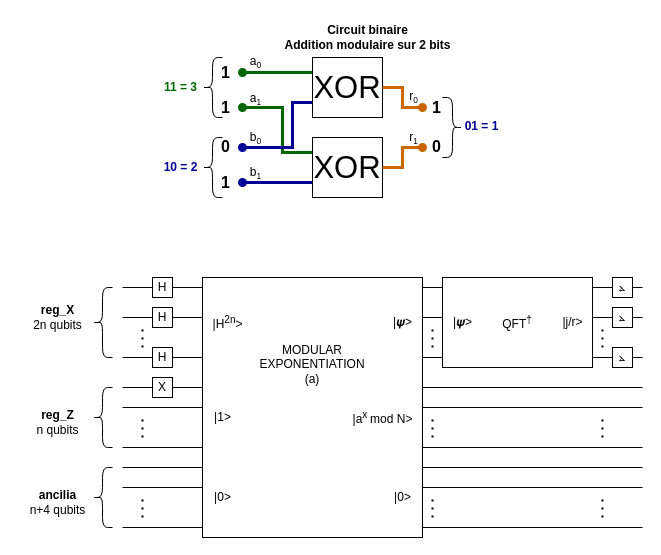
Above: page "Page-1" (1 of 2) of schemas.drawio in JeremieRodon/quantum-playing (draw.io), before the change. Source tidied: cells renumbered, new cells numbered last; positions are measured from the earlier drawing's top-left corner, leaving out a move shared by most shapes. Both pictures are drawn from the tidied source at 100%, with x=0, y=0 at pixel (17, 17).
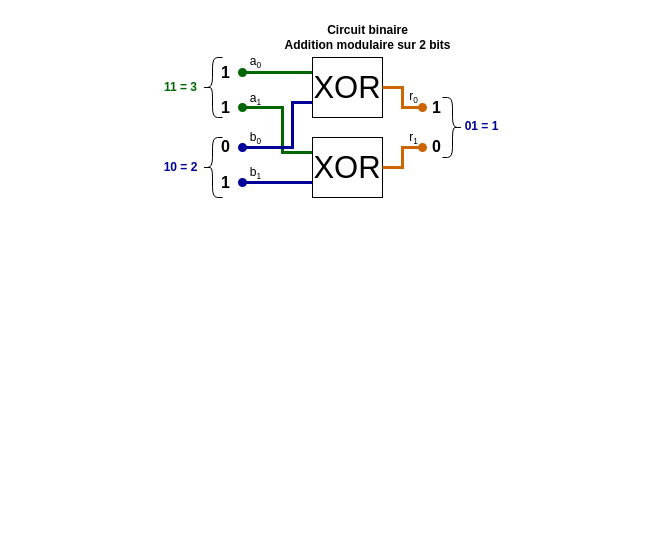
The same page after the edit.

Diff of the diagram source:
```diff
@@
-    <mxCell id="29" style="endArrow=none;html=1;rounded=0;" parent="1" edge="1">
-      <mxGeometry relative="1" as="geometry">
-        <mxPoint x="105" y="270" as="sourcePoint" />
-        <mxPoint x="625" y="270" as="targetPoint" />
-      </mxGeometry>
-    </mxCell>
-    <mxCell id="30" style="endArrow=none;html=1;rounded=0;" parent="1" edge="1">
-      <mxGeometry relative="1" as="geometry">
-        <mxPoint x="105" y="300" as="sourcePoint" />
-        <mxPoint x="625" y="300" as="targetPoint" />
-      </mxGeometry>
-    </mxCell>
-    <mxCell id="31" style="endArrow=none;html=1;rounded=0;" parent="1" edge="1">
-      <mxGeometry relative="1" as="geometry">
-        <mxPoint x="105" y="340" as="sourcePoint" />
-        <mxPoint x="625" y="340" as="targetPoint" />
-      </mxGeometry>
-    </mxCell>
-    <mxCell id="32" style="endArrow=none;dashed=1;html=1;dashPattern=1 3;strokeWidth=2;rounded=0;" parent="1" edge="1">
-      <mxGeometry relative="1" as="geometry">
-        <mxPoint x="125" y="330" as="sourcePoint" />
-        <mxPoint x="125" y="310" as="targetPoint" />
-        <Array as="points">
-          <mxPoint x="125" y="310" />
-        </Array>
-      </mxGeometry>
-    </mxCell>
-    <mxCell id="33" style="shape=curlyBracket;whiteSpace=wrap;html=1;rounded=1;labelPosition=left;verticalLabelPosition=middle;align=right;verticalAlign=middle;" parent="1" vertex="1">
-      <mxGeometry x="75" y="270" width="20" height="70" as="geometry" />
-    </mxCell>
-    <mxCell id="34" value="&lt;b&gt;reg_X&lt;br&gt;&lt;/b&gt;2n qubits" style="text;html=1;align=center;verticalAlign=middle;strokeColor=none;fillColor=none;" parent="1" vertex="1">
-      <mxGeometry x="5" y="280" width="70" height="40" as="geometry" />
-    </mxCell>
-    <mxCell id="35" style="shape=curlyBracket;whiteSpace=wrap;html=1;rounded=1;labelPosition=left;verticalLabelPosition=middle;align=right;verticalAlign=middle;" parent="1" vertex="1">
-      <mxGeometry x="75" y="370" width="20" height="60" as="geometry" />
-    </mxCell>
-    <mxCell id="36" value="&lt;b&gt;reg_Z&lt;/b&gt;&lt;br&gt;n qubits" style="text;html=1;align=center;verticalAlign=middle;strokeColor=none;fillColor=none;" parent="1" vertex="1">
-      <mxGeometry x="5" y="385" width="70" height="40" as="geometry" />
-    </mxCell>
-    <mxCell id="37" style="shape=curlyBracket;whiteSpace=wrap;html=1;rounded=1;labelPosition=left;verticalLabelPosition=middle;align=right;verticalAlign=middle;" parent="1" vertex="1">
-      <mxGeometry x="75" y="450" width="20" height="60" as="geometry" />
-    </mxCell>
-    <mxCell id="38" value="&lt;b style=&quot;border-color: var(--border-color);&quot;&gt;ancilia&lt;/b&gt;&lt;br&gt;n+4 qubits" style="text;html=1;align=center;verticalAlign=middle;strokeColor=none;fillColor=none;" parent="1" vertex="1">
-      <mxGeometry y="465" width="80" height="40" as="geometry" />
-    </mxCell>
-    <mxCell id="39" value="H" style="rounded=0;whiteSpace=wrap;html=1;" parent="1" vertex="1">
-      <mxGeometry x="135" y="330" width="20" height="20" as="geometry" />
-    </mxCell>
-    <mxCell id="40" value="H" style="rounded=0;whiteSpace=wrap;html=1;" parent="1" vertex="1">
-      <mxGeometry x="135" y="290" width="20" height="20" as="geometry" />
-    </mxCell>
-    <mxCell id="41" value="H" style="rounded=0;whiteSpace=wrap;html=1;" parent="1" vertex="1">
-      <mxGeometry x="135" y="260" width="20" height="20" as="geometry" />
-    </mxCell>
-    <mxCell id="42" style="endArrow=none;html=1;rounded=0;" parent="1" edge="1">
-      <mxGeometry relative="1" as="geometry">
-        <mxPoint x="105" y="370" as="sourcePoint" />
-        <mxPoint x="625" y="370" as="targetPoint" />
-      </mxGeometry>
-    </mxCell>
-    <mxCell id="43" style="endArrow=none;html=1;rounded=0;" parent="1" edge="1">
-      <mxGeometry relative="1" as="geometry">
-        <mxPoint x="105" y="390" as="sourcePoint" />
-        <mxPoint x="625" y="390" as="targetPoint" />
-      </mxGeometry>
-    </mxCell>
-    <mxCell id="44" style="endArrow=none;html=1;rounded=0;" parent="1" edge="1">
-      <mxGeometry relative="1" as="geometry">
-        <mxPoint x="105" y="430" as="sourcePoint" />
-        <mxPoint x="625" y="430" as="targetPoint" />
-      </mxGeometry>
-    </mxCell>
-    <mxCell id="45" style="endArrow=none;dashed=1;html=1;dashPattern=1 3;strokeWidth=2;rounded=0;" parent="1" edge="1">
-      <mxGeometry relative="1" as="geometry">
-        <mxPoint x="125" y="420" as="sourcePoint" />
-        <mxPoint x="125" y="400" as="targetPoint" />
-      </mxGeometry>
-    </mxCell>
-    <mxCell id="46" value="X" style="rounded=0;whiteSpace=wrap;html=1;" parent="1" vertex="1">
-      <mxGeometry x="135" y="360" width="20" height="20" as="geometry" />
-    </mxCell>
-    <mxCell id="47" style="endArrow=none;html=1;rounded=0;" parent="1" edge="1">
-      <mxGeometry relative="1" as="geometry">
-        <mxPoint x="105" y="450" as="sourcePoint" />
-        <mxPoint x="625" y="450" as="targetPoint" />
-      </mxGeometry>
-    </mxCell>
-    <mxCell id="48" style="endArrow=none;html=1;rounded=0;" parent="1" edge="1">
-      <mxGeometry relative="1" as="geometry">
-        <mxPoint x="105" y="470" as="sourcePoint" />
-        <mxPoint x="625" y="470" as="targetPoint" />
-      </mxGeometry>
-    </mxCell>
-    <mxCell id="49" style="endArrow=none;html=1;rounded=0;" parent="1" edge="1">
-      <mxGeometry relative="1" as="geometry">
-        <mxPoint x="105" y="510" as="sourcePoint" />
-        <mxPoint x="625" y="510" as="targetPoint" />
-      </mxGeometry>
-    </mxCell>
-    <mxCell id="50" style="endArrow=none;dashed=1;html=1;dashPattern=1 3;strokeWidth=2;rounded=0;" parent="1" edge="1">
-      <mxGeometry relative="1" as="geometry">
-        <mxPoint x="125" y="500" as="sourcePoint" />
-        <mxPoint x="125" y="480" as="targetPoint" />
-      </mxGeometry>
-    </mxCell>
-    <mxCell id="51" value="MODULAR&lt;br&gt;EXPONENTIATION&lt;br&gt;(a)&lt;br&gt;&lt;br&gt;&lt;br&gt;&lt;br&gt;&lt;br&gt;&lt;br&gt;&lt;br&gt;" style="rounded=0;whiteSpace=wrap;html=1;" parent="1" vertex="1">
-      <mxGeometry x="185" y="260" width="220" height="260" as="geometry" />
-    </mxCell>
-    <mxCell id="52" value="QFT&lt;sup&gt;†&lt;/sup&gt;&lt;span id=&quot;docs-internal-guid-66bec11a-7fff-207b-f78b-7643b8b706ee&quot;&gt;&lt;/span&gt;" style="rounded=0;whiteSpace=wrap;html=1;" parent="1" vertex="1">
-      <mxGeometry x="425" y="260" width="150" height="90" as="geometry" />
-    </mxCell>
-    <mxCell id="53" value="&lt;span id=&quot;docs-internal-guid-df8efc74-7fff-1b15-d392-07bf68c7a7da&quot;&gt;&lt;/span&gt;⦛" style="rounded=0;whiteSpace=wrap;html=1;" parent="1" vertex="1">
-      <mxGeometry x="595" y="260" width="20" height="20" as="geometry" />
-    </mxCell>
-    <mxCell id="54" value="&lt;span id=&quot;docs-internal-guid-df8efc74-7fff-1b15-d392-07bf68c7a7da&quot;&gt;&lt;/span&gt;⦛" style="rounded=0;whiteSpace=wrap;html=1;" parent="1" vertex="1">
-      <mxGeometry x="595" y="290" width="20" height="20" as="geometry" />
-    </mxCell>
-    <mxCell id="55" value="&lt;span id=&quot;docs-internal-guid-df8efc74-7fff-1b15-d392-07bf68c7a7da&quot;&gt;&lt;/span&gt;⦛" style="rounded=0;whiteSpace=wrap;html=1;" parent="1" vertex="1">
-      <mxGeometry x="595" y="330" width="20" height="20" as="geometry" />
-    </mxCell>
-    <mxCell id="56" value="|0&amp;gt;" style="text;html=1;align=center;verticalAlign=middle;strokeColor=none;fillColor=none;" parent="1" vertex="1">
-      <mxGeometry x="185" y="465" width="40" height="30" as="geometry" />
-    </mxCell>
-    <mxCell id="57" value="|0&amp;gt;" style="text;html=1;align=center;verticalAlign=middle;strokeColor=none;fillColor=none;" parent="1" vertex="1">
-      <mxGeometry x="365" y="465" width="40" height="30" as="geometry" />
-    </mxCell>
-    <mxCell id="58" value="|1&amp;gt;" style="text;html=1;align=center;verticalAlign=middle;strokeColor=none;fillColor=none;" parent="1" vertex="1">
-      <mxGeometry x="185" y="385" width="40" height="30" as="geometry" />
-    </mxCell>
-    <mxCell id="59" value="|a&lt;sup&gt;x &lt;/sup&gt;mod N&amp;gt;" style="text;html=1;align=center;verticalAlign=middle;strokeColor=none;fillColor=none;" parent="1" vertex="1">
-      <mxGeometry x="325" y="385" width="80" height="30" as="geometry" />
-    </mxCell>
-    <mxCell id="60" value="|H&lt;sup&gt;2n&lt;/sup&gt;&amp;gt;" style="text;html=1;align=center;verticalAlign=middle;strokeColor=none;fillColor=none;" parent="1" vertex="1">
-      <mxGeometry x="185" y="290" width="50" height="30" as="geometry" />
-    </mxCell>
-    <mxCell id="61" value="|𝝍&amp;gt;" style="text;html=1;align=center;verticalAlign=middle;strokeColor=none;fillColor=none;" parent="1" vertex="1">
-      <mxGeometry x="365" y="290" width="40" height="30" as="geometry" />
-    </mxCell>
-    <mxCell id="62" value="|𝝍&amp;gt;" style="text;html=1;align=center;verticalAlign=middle;strokeColor=none;fillColor=none;" parent="1" vertex="1">
-      <mxGeometry x="425" y="290" width="40" height="30" as="geometry" />
-    </mxCell>
-    <mxCell id="63" value="|j/r&amp;gt;" style="text;html=1;align=center;verticalAlign=middle;strokeColor=none;fillColor=none;" parent="1" vertex="1">
-      <mxGeometry x="535" y="290" width="40" height="30" as="geometry" />
-    </mxCell>
-    <mxCell id="64" style="endArrow=none;dashed=1;html=1;dashPattern=1 3;strokeWidth=2;rounded=0;" parent="1" edge="1">
-      <mxGeometry relative="1" as="geometry">
-        <mxPoint x="415" y="330" as="sourcePoint" />
-        <mxPoint x="415" y="310" as="targetPoint" />
-      </mxGeometry>
-    </mxCell>
-    <mxCell id="65" style="endArrow=none;dashed=1;html=1;dashPattern=1 3;strokeWidth=2;rounded=0;" parent="1" edge="1">
-      <mxGeometry relative="1" as="geometry">
-        <mxPoint x="415" y="420" as="sourcePoint" />
-        <mxPoint x="415" y="400" as="targetPoint" />
-      </mxGeometry>
-    </mxCell>
-    <mxCell id="66" style="endArrow=none;dashed=1;html=1;dashPattern=1 3;strokeWidth=2;rounded=0;" parent="1" edge="1">
-      <mxGeometry relative="1" as="geometry">
-        <mxPoint x="415" y="500" as="sourcePoint" />
-        <mxPoint x="415" y="480" as="targetPoint" />
-      </mxGeometry>
-    </mxCell>
-    <mxCell id="67" style="endArrow=none;dashed=1;html=1;dashPattern=1 3;strokeWidth=2;rounded=0;" parent="1" edge="1">
-      <mxGeometry relative="1" as="geometry">
-        <mxPoint x="585" y="330" as="sourcePoint" />
-        <mxPoint x="585" y="310" as="targetPoint" />
-      </mxGeometry>
-    </mxCell>
-    <mxCell id="68" style="endArrow=none;dashed=1;html=1;dashPattern=1 3;strokeWidth=2;rounded=0;" parent="1" edge="1">
-      <mxGeometry relative="1" as="geometry">
-        <mxPoint x="585" y="420" as="sourcePoint" />
-        <mxPoint x="585" y="400" as="targetPoint" />
-      </mxGeometry>
-    </mxCell>
-    <mxCell id="69" style="endArrow=none;dashed=1;html=1;dashPattern=1 3;strokeWidth=2;rounded=0;" parent="1" edge="1">
-      <mxGeometry relative="1" as="geometry">
-        <mxPoint x="585" y="500" as="sourcePoint" />
-        <mxPoint x="585" y="480" as="targetPoint" />
-      </mxGeometry>
-    </mxCell>
```
